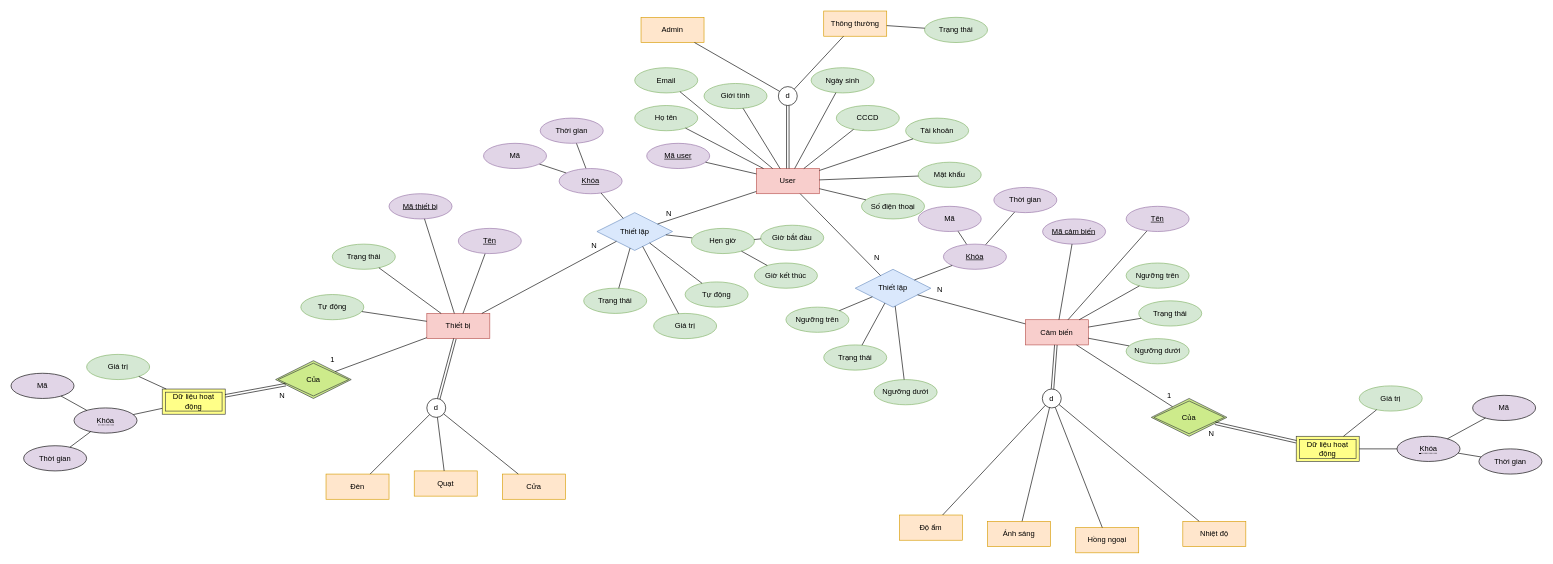
Above: page "Main" (1 of 2) of Week 3/ERD.drawio in astr0tas/Smart-Home-CNPM (draw.io), before the change. Source tidied: cells renumbered, new cells numbered last; positions are measured from the earlier drawing's top-left corner, leaving out a move shared by most shapes. Both pictures are drawn from the tidied source at 63%, with x=0, y=0 at pixel (11, 11).
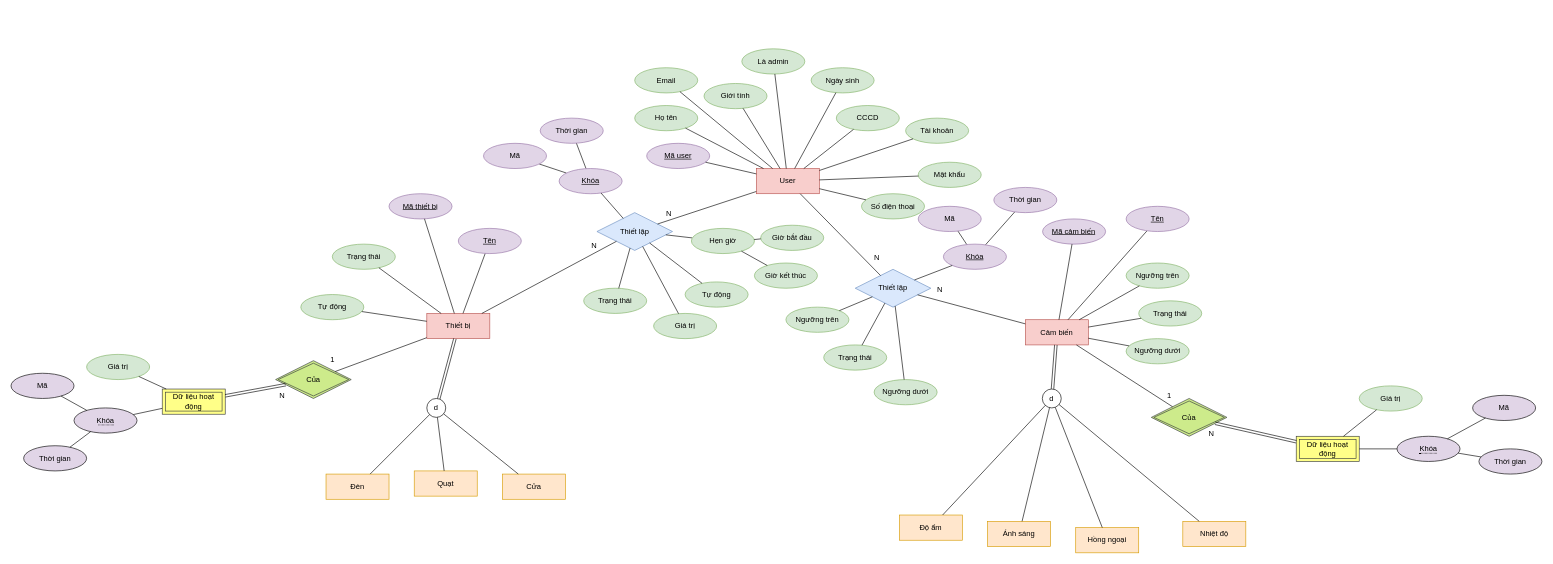
The same page after the edit.

Unchanged cells that the change refers to:
```xml
<mxCell id="2" value="User" style="whiteSpace=wrap;html=1;align=center;fillColor=#f8cecc;strokeColor=#b85450;" parent="1" vertex="1">
  <mxGeometry x="1183" y="250" width="100" height="40" as="geometry" />
</mxCell>
```

The edit, as a diff of the source:
```diff
@@
-    <mxCell id="3" value="Admin" style="whiteSpace=wrap;html=1;align=center;fillColor=#ffe6cc;strokeColor=#d79b00;" parent="1" vertex="1">
-      <mxGeometry x="1000" y="10" width="100" height="40" as="geometry" />
-    </mxCell>
-    <mxCell id="4" value="Thông thường" style="whiteSpace=wrap;html=1;align=center;fillColor=#ffe6cc;strokeColor=#d79b00;" parent="1" vertex="1">
-      <mxGeometry x="1290" width="100" height="40" as="geometry" />
-    </mxCell>
-    <mxCell id="5" value="d" style="ellipse;whiteSpace=wrap;html=1;" parent="1" vertex="1">
-      <mxGeometry x="1218" y="120" width="30" height="30" as="geometry" />
-    </mxCell>
-    <mxCell id="6" style="shape=link;html=1;rounded=0;" parent="1" edge="1" source="2" target="5">
-      <mxGeometry relative="1" as="geometry" />
-    </mxCell>
-    <mxCell id="7" style="endArrow=none;html=1;rounded=0;" parent="1" edge="1" source="5" target="3">
-      <mxGeometry relative="1" as="geometry" />
-    </mxCell>
-    <mxCell id="8" style="endArrow=none;html=1;rounded=0;" parent="1" edge="1" source="5" target="4">
-      <mxGeometry relative="1" as="geometry" />
-    </mxCell>
@@
-    <mxCell id="39" value="Trạng thái" style="ellipse;whiteSpace=wrap;html=1;align=center;fillColor=#d5e8d4;strokeColor=#82b366;" parent="1" vertex="1">
-      <mxGeometry x="1450" y="10" width="100" height="40" as="geometry" />
-    </mxCell>
-    <mxCell id="40" style="endArrow=none;html=1;rounded=0;" parent="1" edge="1" source="39" target="4">
-      <mxGeometry relative="1" as="geometry" />
-    </mxCell>
@@
+    <mxCell id="135" value="Là admin" style="ellipse;whiteSpace=wrap;html=1;align=center;fillColor=#d5e8d4;strokeColor=#82b366;" parent="1" vertex="1">
+      <mxGeometry x="1160" y="60" width="100" height="40" as="geometry" />
+    </mxCell>
+    <mxCell id="136" style="endArrow=none;html=1;rounded=0;" parent="1" edge="1" source="2" target="135">
+      <mxGeometry relative="1" as="geometry" />
+    </mxCell>
```
